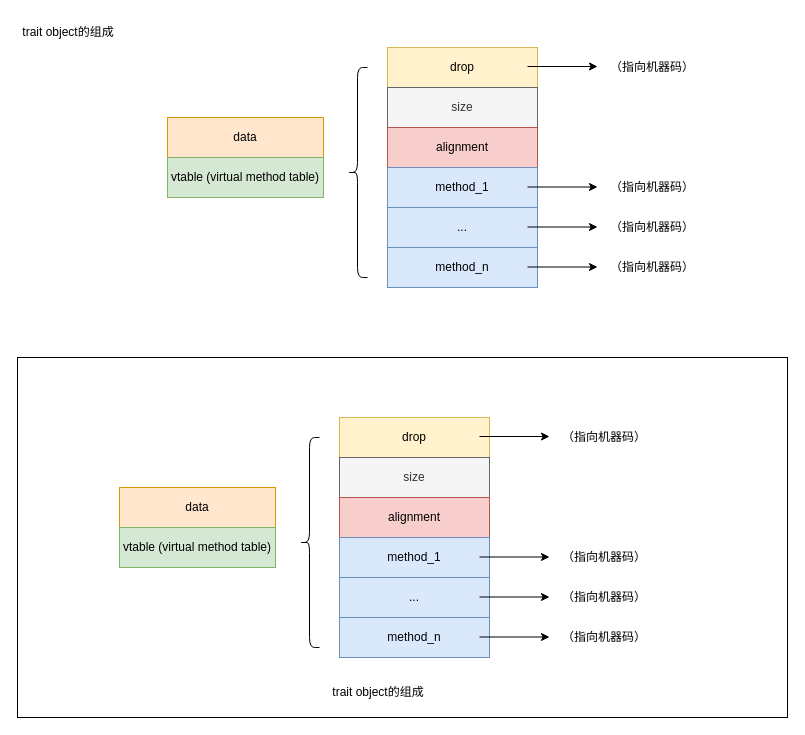
Earlier version of the draw.io diagram traitobject.drawio (1595901624/GitTest). Source tidied: cells renumbered, new cells numbered last; positions are measured from the earlier drawing's top-left corner, leaving out a move shared by most shapes. Both pictures are drawn from the tidied source at 100%, with x=0, y=0 at pixel (17, 17).
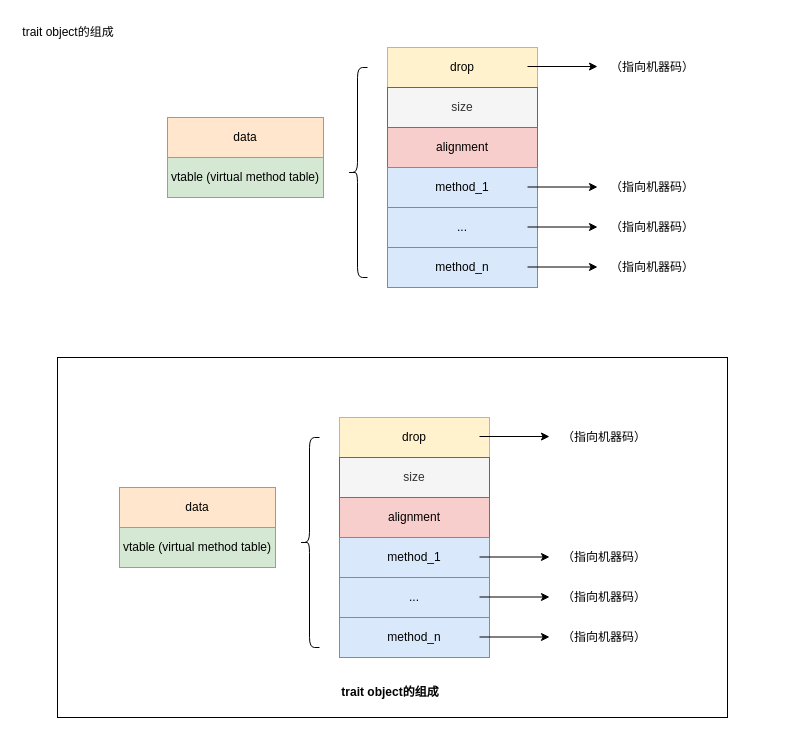
The same diagram, later.

Change to the diagram source:
```diff
@@
     <mxCell id="20" style="rounded=0;whiteSpace=wrap;html=1;" parent="1" vertex="1">
-      <mxGeometry y="340" width="770" height="360" as="geometry" />
+      <mxGeometry x="40" y="340" width="670" height="360" as="geometry" />
     </mxCell>
@@
-    <mxCell id="38" value="trait object的组成" style="text;html=1;strokeColor=none;fillColor=none;align=center;verticalAlign=middle;whiteSpace=wrap;rounded=0;" parent="1" vertex="1">
-      <mxGeometry x="310" y="660" width="102" height="30" as="geometry" />
+    <mxCell id="38" value="&lt;b&gt;trait object的组成&lt;/b&gt;" style="text;html=1;strokeColor=none;fillColor=none;align=center;verticalAlign=middle;whiteSpace=wrap;rounded=0;" parent="1" vertex="1">
+      <mxGeometry x="322" y="660" width="102" height="30" as="geometry" />
     </mxCell>
```
